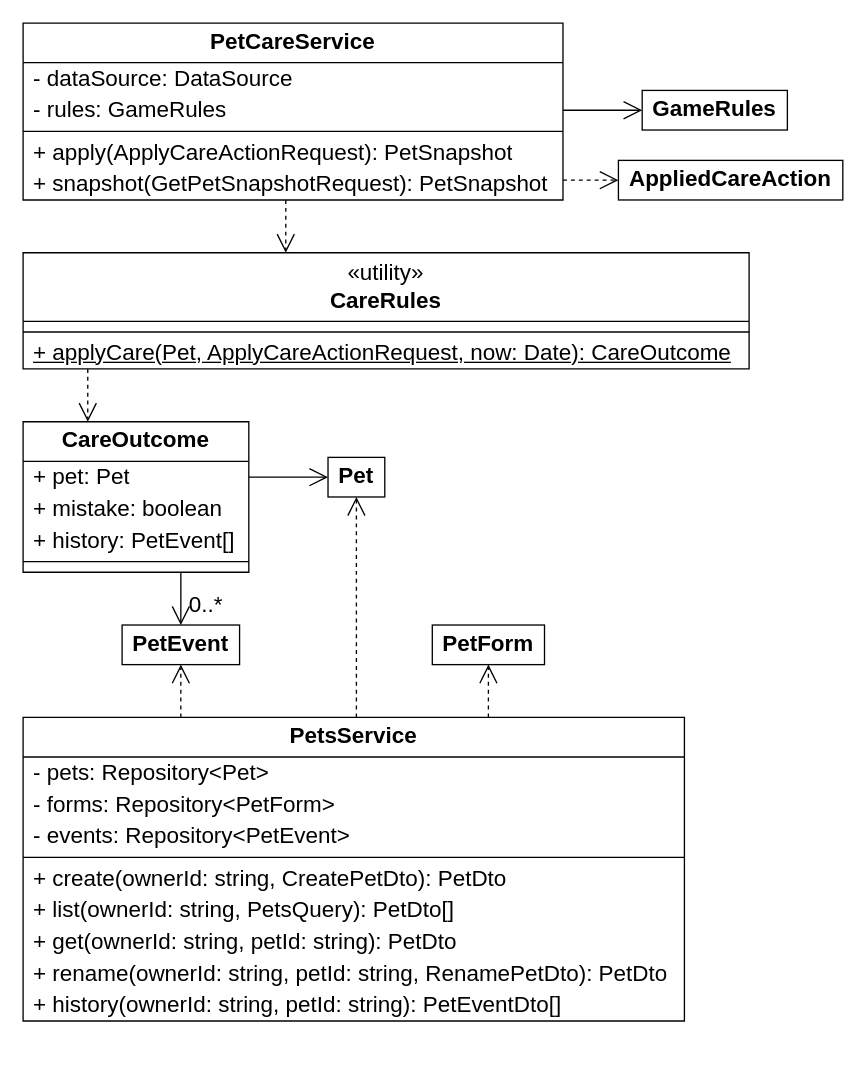
The draw.io diagram page "Классы: pets-service – уход и питомцы игрока" (8 of 21) of docs/diagrams/Классы подробно.drawio in Shaherezada/tamagotchi, before the edit. Source tidied: cells renumbered, new cells numbered last; positions are measured from the earlier drawing's top-left corner, leaving out a move shared by most shapes. Both pictures are drawn from the tidied source at 132%, with x=0, y=0 at pixel (22, 22).
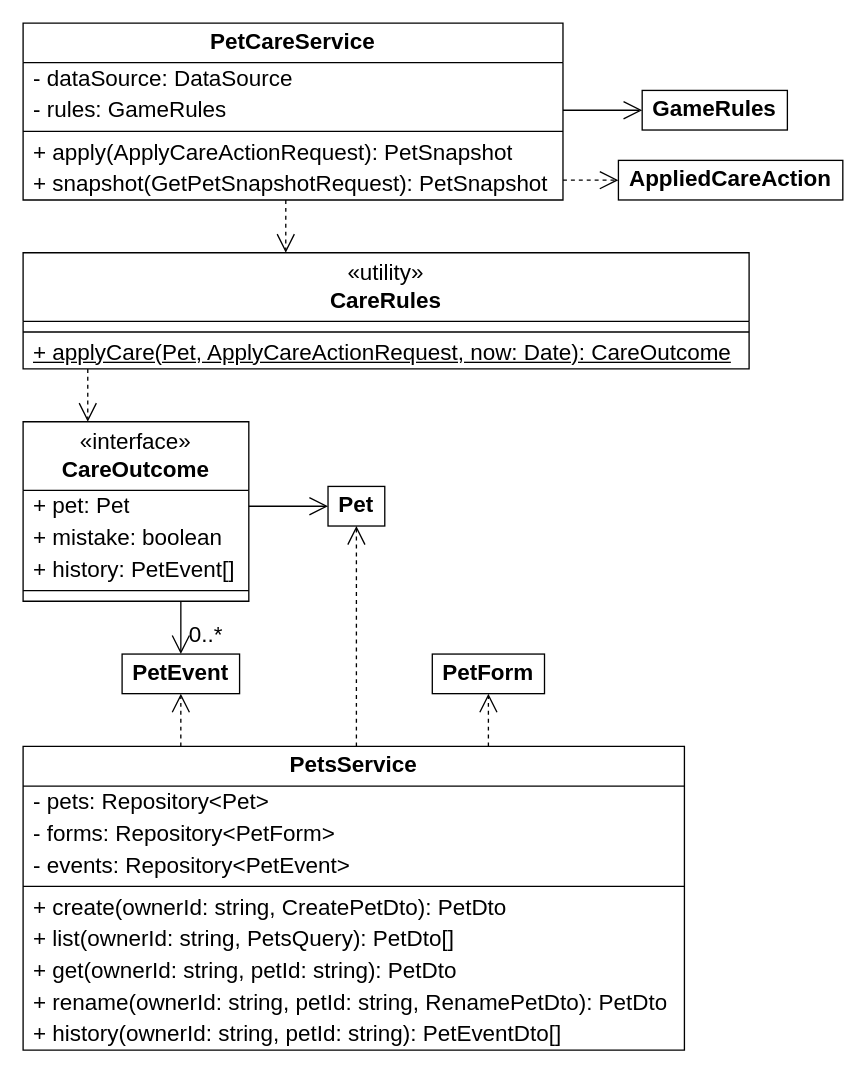
After the change.

The edit, as a diff of the source:
```diff
@@
-    <mxCell id="17" value="CareOutcome" style="swimlane;fontStyle=1;align=center;verticalAlign=middle;horizontal=1;startSize=30;whiteSpace=wrap;html=1;fillColor=#FFFFFF;swimlaneFillColor=#FFFFFF;strokeColor=#000000;fontColor=#000000;fontFamily=Arial;fontSize=17;" parent="1" vertex="1">
-      <mxGeometry y="302" width="171" height="114" as="geometry" />
+    <mxCell id="17" value="&amp;laquo;interface&amp;raquo;&lt;br&gt;&lt;b&gt;CareOutcome&lt;/b&gt;" style="swimlane;fontStyle=0;align=center;verticalAlign=middle;horizontal=1;startSize=52;whiteSpace=wrap;html=1;fillColor=#FFFFFF;swimlaneFillColor=#FFFFFF;strokeColor=#000000;fontColor=#000000;fontFamily=Arial;fontSize=17;" parent="1" vertex="1">
+      <mxGeometry y="302" width="171" height="136" as="geometry" />
     </mxCell>
     <mxCell id="18" value="+ pet: Pet" style="text;strokeColor=none;fillColor=none;align=left;verticalAlign=middle;spacingLeft=6;spacingRight=4;overflow=hidden;whiteSpace=wrap;html=1;fontColor=#000000;fontFamily=Arial;fontSize=17;" parent="17" vertex="1">
-      <mxGeometry y="30" width="171" height="24" as="geometry" />
+      <mxGeometry y="52" width="171" height="24" as="geometry" />
     </mxCell>
     <mxCell id="19" value="+ mistake: boolean" style="text;strokeColor=none;fillColor=none;align=left;verticalAlign=middle;spacingLeft=6;spacingRight=4;overflow=hidden;whiteSpace=wrap;html=1;fontColor=#000000;fontFamily=Arial;fontSize=17;" parent="17" vertex="1">
-      <mxGeometry y="54" width="171" height="24" as="geometry" />
+      <mxGeometry y="76" width="171" height="24" as="geometry" />
     </mxCell>
     <mxCell id="20" value="+ history: PetEvent[]" style="text;strokeColor=none;fillColor=none;align=left;verticalAlign=middle;spacingLeft=6;spacingRight=4;overflow=hidden;whiteSpace=wrap;html=1;fontColor=#000000;fontFamily=Arial;fontSize=17;" parent="17" vertex="1">
-      <mxGeometry y="78" width="171" height="24" as="geometry" />
+      <mxGeometry y="100" width="171" height="24" as="geometry" />
     </mxCell>
     <mxCell id="21" style="line;strokeWidth=1;fillColor=none;align=left;verticalAlign=middle;spacingTop=-1;spacingLeft=3;spacingRight=3;labelPosition=right;strokeColor=#000000;" parent="17" vertex="1">
-      <mxGeometry y="102" width="171" height="8" as="geometry" />
+      <mxGeometry y="124" width="171" height="8" as="geometry" />
     </mxCell>
     <mxCell id="22" style="text;strokeColor=none;fillColor=none;align=left;verticalAlign=middle;spacingLeft=6;spacingRight=4;overflow=hidden;whiteSpace=wrap;html=1;fontColor=#000000;fontFamily=Arial;fontSize=17;" parent="17" vertex="1">
-      <mxGeometry y="110" width="171" height="4" as="geometry" />
+      <mxGeometry y="132" width="171" height="4" as="geometry" />
     </mxCell>
@@
     <mxCell id="24" value="&lt;b&gt;Pet&lt;/b&gt;" style="rounded=0;whiteSpace=wrap;html=1;fillColor=#FFFFFF;fontStyle=0;strokeColor=#000000;fontColor=#000000;fontFamily=Arial;fontSize=17;" parent="1" vertex="1">
-      <mxGeometry x="231" y="329" width="43" height="30" as="geometry" />
+      <mxGeometry x="231" y="351" width="43" height="30" as="geometry" />
     </mxCell>
-    <mxCell id="25" style="html=1;rounded=0;edgeStyle=orthogonalEdgeStyle;strokeColor=#000000;fontColor=#000000;fontFamily=Arial;fontSize=17;endArrow=open;endSize=12;exitX=1.0000;exitY=0.3684;exitDx=0;exitDy=0;entryX=0.0000;entryY=0.5000;entryDx=0;entryDy=0;" parent="1" edge="1" source="17" target="24">
+    <mxCell id="25" style="html=1;rounded=0;edgeStyle=orthogonalEdgeStyle;strokeColor=#000000;fontColor=#000000;fontFamily=Arial;fontSize=17;endArrow=open;endSize=12;exitX=1.0000;exitY=0.4706;exitDx=0;exitDy=0;entryX=0.0000;entryY=0.5000;entryDx=0;entryDy=0;" parent="1" edge="1" source="17" target="24">
       <mxGeometry relative="1" as="geometry" />
     </mxCell>
     <mxCell id="26" value="&lt;b&gt;PetEvent&lt;/b&gt;" style="rounded=0;whiteSpace=wrap;html=1;fillColor=#FFFFFF;fontStyle=0;strokeColor=#000000;fontColor=#000000;fontFamily=Arial;fontSize=17;" parent="1" vertex="1">
-      <mxGeometry x="75" y="456" width="89" height="30" as="geometry" />
+      <mxGeometry x="75" y="478" width="89" height="30" as="geometry" />
     </mxCell>
@@
     <mxCell id="29" value="&lt;b&gt;PetForm&lt;/b&gt;" style="rounded=0;whiteSpace=wrap;html=1;fillColor=#FFFFFF;fontStyle=0;strokeColor=#000000;fontColor=#000000;fontFamily=Arial;fontSize=17;" parent="1" vertex="1">
-      <mxGeometry x="310" y="456" width="85" height="30" as="geometry" />
+      <mxGeometry x="310" y="478" width="85" height="30" as="geometry" />
     </mxCell>
     <mxCell id="30" value="PetsService" style="swimlane;fontStyle=1;align=center;verticalAlign=middle;horizontal=1;startSize=30;whiteSpace=wrap;html=1;fillColor=#FFFFFF;swimlaneFillColor=#FFFFFF;strokeColor=#000000;fontColor=#000000;fontFamily=Arial;fontSize=17;" parent="1" vertex="1">
-      <mxGeometry y="526" width="501" height="230" as="geometry" />
+      <mxGeometry y="548" width="501" height="230" as="geometry" />
     </mxCell>
```
